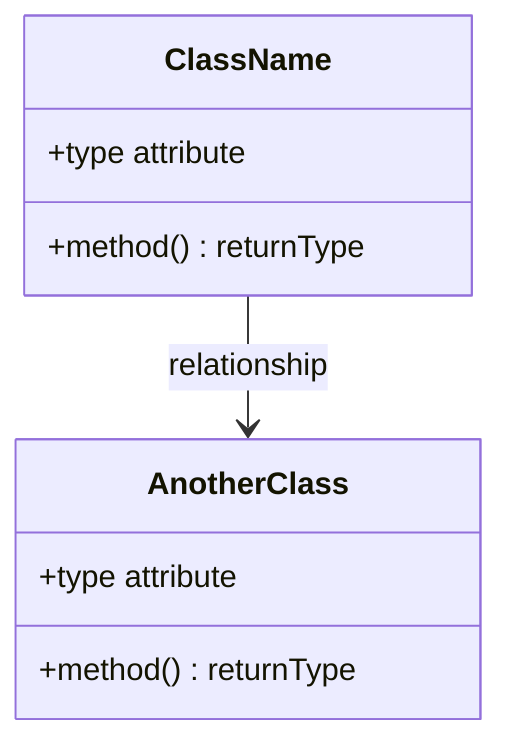
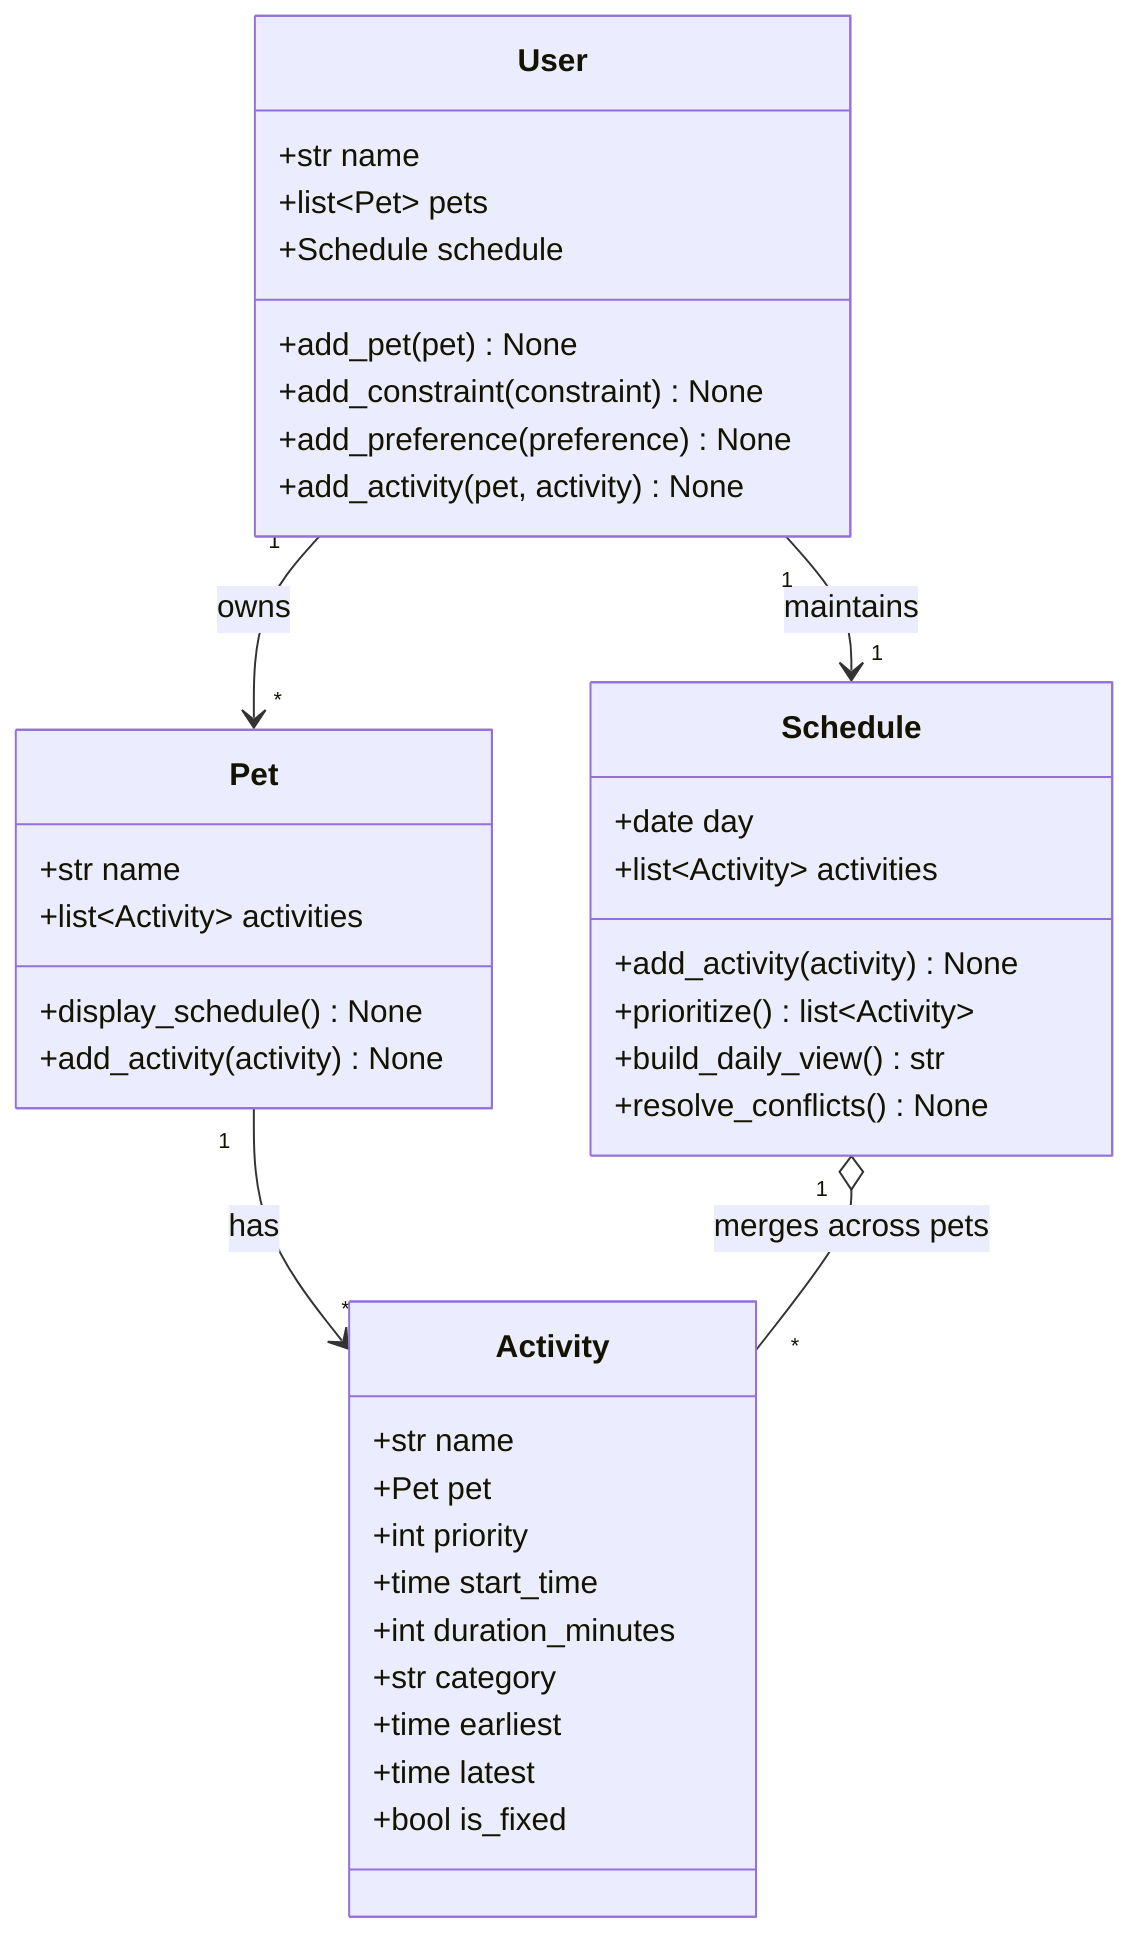
classDiagram
-     %% Replace the placeholders below with your actual classes, attributes, methods, and relationships.
+      %% Replace the placeholders below with your actual classes, attributes, methods, and relationships.
    %% Keep this file updated so it matches your final implementation.

-     class ClassName {
-         +type attribute
-         +method() returnType
+     class User {
+         +str name
+         +list~Pet~ pets
+         +Schedule schedule
+         +add_pet(pet) None
+         +add_constraint(constraint) None
+         +add_preference(preference) None
+         +add_activity(pet, activity) None
    }

-     class AnotherClass {
-         +type attribute
-         +method() returnType
+     class Pet {
+         +str name
+         +list~Activity~ activities
+         +display_schedule() None
+         +add_activity(activity) None
    }

-     ClassName --> AnotherClass : relationship
+     class Schedule {
+         +date day
+         +list~Activity~ activities
+         +add_activity(activity) None
+         +prioritize() list~Activity~
+         +build_daily_view() str
+         +resolve_conflicts() None
+     }
+ 
+     class Activity {
+         +str name
+         +Pet pet
+         +int priority
+         +time start_time
+         +int duration_minutes
+         +str category
+         +time earliest
+         +time latest
+         +bool is_fixed
+     }
+ 
+     User "1" --> "*" Pet : owns
+     User "1" --> "1" Schedule : maintains
+     Pet "1" --> "*" Activity : has
+     Schedule "1" o-- "*" Activity : merges across pets